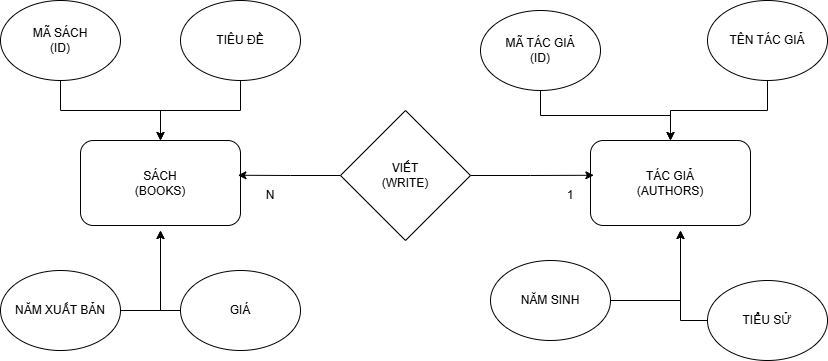
The draw.io diagram bai1.png in lehainguyen876-eng/COSODULIEU-SESSION1-VANDUNGCOBAN1, before a commit. Source tidied: cells renumbered, new cells last; positions are measured from the earlier drawing's top-left corner, leaving out a move shared by most shapes. Its diagram source:
```xml
<mxGraphModel>
  <root>
    <mxCell id="0" />
    <mxCell id="1" parent="0" />
    <mxCell id="2" value="VIẾT&lt;div&gt;(WRITE)&lt;/div&gt;" style="rhombus;whiteSpace=wrap;html=1;" parent="1" vertex="1">
      <mxGeometry x="340" y="110" width="130" height="130" as="geometry" />
    </mxCell>
    <mxCell id="3" value="SÁCH&lt;div&gt;(BOOKS)&lt;/div&gt;" style="rounded=1;whiteSpace=wrap;html=1;" parent="1" vertex="1">
      <mxGeometry x="80" y="140" width="160" height="85" as="geometry" />
    </mxCell>
    <mxCell id="4" value="TÁC GIẢ&lt;div&gt;(AUTHORS)&lt;/div&gt;" style="rounded=1;whiteSpace=wrap;html=1;" parent="1" vertex="1">
      <mxGeometry x="590" y="140" width="160" height="85" as="geometry" />
    </mxCell>
    <mxCell id="5" style="edgeStyle=orthogonalEdgeStyle;rounded=0;jettySize=auto;html=1;entryX=0.021;entryY=0.409;entryDx=0;entryDy=0;entryPerimeter=0;" parent="1" edge="1" source="2" target="4">
      <mxGeometry relative="1" as="geometry" />
    </mxCell>
    <mxCell id="6" style="edgeStyle=orthogonalEdgeStyle;rounded=0;jettySize=auto;html=1;entryX=0.984;entryY=0.409;entryDx=0;entryDy=0;entryPerimeter=0;" parent="1" edge="1" source="2" target="3">
      <mxGeometry relative="1" as="geometry" />
    </mxCell>
    <mxCell id="7" style="edgeStyle=orthogonalEdgeStyle;rounded=0;jettySize=auto;html=1;" parent="1" edge="1" source="8" target="3">
      <mxGeometry relative="1" as="geometry" />
    </mxCell>
    <mxCell id="8" value="MÃ SÁCH&lt;div&gt;(ID)&lt;/div&gt;" style="ellipse;whiteSpace=wrap;html=1;" parent="1" vertex="1">
      <mxGeometry width="120" height="80" as="geometry" />
    </mxCell>
    <mxCell id="9" style="edgeStyle=orthogonalEdgeStyle;rounded=0;jettySize=auto;html=1;entryX=0.5;entryY=0;entryDx=0;entryDy=0;" parent="1" edge="1" source="10" target="3">
      <mxGeometry relative="1" as="geometry" />
    </mxCell>
    <mxCell id="10" value="TIÊU ĐỀ" style="ellipse;whiteSpace=wrap;html=1;" parent="1" vertex="1">
      <mxGeometry x="180" width="120" height="80" as="geometry" />
    </mxCell>
    <mxCell id="11" style="edgeStyle=orthogonalEdgeStyle;rounded=0;jettySize=auto;html=1;" parent="1" edge="1" source="12">
      <mxGeometry relative="1" as="geometry">
        <mxPoint x="160" y="230" as="targetPoint" />
      </mxGeometry>
    </mxCell>
    <mxCell id="12" value="NĂM XUẤT BẢN" style="ellipse;whiteSpace=wrap;html=1;" parent="1" vertex="1">
      <mxGeometry y="270" width="120" height="80" as="geometry" />
    </mxCell>
    <mxCell id="13" style="edgeStyle=orthogonalEdgeStyle;rounded=0;jettySize=auto;html=1;" parent="1" edge="1" source="14">
      <mxGeometry relative="1" as="geometry">
        <mxPoint x="160" y="230" as="targetPoint" />
      </mxGeometry>
    </mxCell>
    <mxCell id="14" value="GIÁ" style="ellipse;whiteSpace=wrap;html=1;" parent="1" vertex="1">
      <mxGeometry x="180" y="270" width="120" height="80" as="geometry" />
    </mxCell>
    <mxCell id="15" style="edgeStyle=orthogonalEdgeStyle;rounded=0;jettySize=auto;html=1;" parent="1" edge="1" source="16" target="4">
      <mxGeometry relative="1" as="geometry" />
    </mxCell>
    <mxCell id="16" value="TÊN TÁC GIẢ" style="ellipse;whiteSpace=wrap;html=1;" parent="1" vertex="1">
      <mxGeometry x="707" width="120" height="80" as="geometry" />
    </mxCell>
    <mxCell id="17" style="edgeStyle=orthogonalEdgeStyle;rounded=0;jettySize=auto;html=1;" parent="1" edge="1" source="18">
      <mxGeometry relative="1" as="geometry">
        <mxPoint x="680" y="230" as="targetPoint" />
      </mxGeometry>
    </mxCell>
    <mxCell id="18" value="TIỂU SỬ" style="ellipse;whiteSpace=wrap;html=1;" parent="1" vertex="1">
      <mxGeometry x="707" y="280" width="120" height="80" as="geometry" />
    </mxCell>
    <mxCell id="19" style="edgeStyle=orthogonalEdgeStyle;rounded=0;jettySize=auto;html=1;" parent="1" edge="1" source="20" target="4">
      <mxGeometry relative="1" as="geometry" />
    </mxCell>
    <mxCell id="20" value="MÃ TÁC GIẢ&lt;div&gt;(ID)&lt;/div&gt;" style="ellipse;whiteSpace=wrap;html=1;" parent="1" vertex="1">
      <mxGeometry x="480" y="10" width="120" height="80" as="geometry" />
    </mxCell>
    <mxCell id="21" style="edgeStyle=orthogonalEdgeStyle;rounded=0;jettySize=auto;html=1;" parent="1" edge="1" source="22">
      <mxGeometry relative="1" as="geometry">
        <mxPoint x="680" y="230" as="targetPoint" />
      </mxGeometry>
    </mxCell>
    <mxCell id="22" value="NĂM SINH" style="ellipse;whiteSpace=wrap;html=1;" parent="1" vertex="1">
      <mxGeometry x="490" y="260" width="120" height="80" as="geometry" />
    </mxCell>
    <mxCell id="23" value="N" style="text;html=1;whiteSpace=wrap;strokeColor=none;fillColor=none;align=center;verticalAlign=middle;rounded=0;" parent="1" vertex="1">
      <mxGeometry x="240" y="180" width="60" height="30" as="geometry" />
    </mxCell>
    <mxCell id="24" value="1" style="text;html=1;whiteSpace=wrap;strokeColor=none;fillColor=none;align=center;verticalAlign=middle;rounded=0;" parent="1" vertex="1">
      <mxGeometry x="540" y="180" width="60" height="30" as="geometry" />
    </mxCell>
  </root>
</mxGraphModel>
```
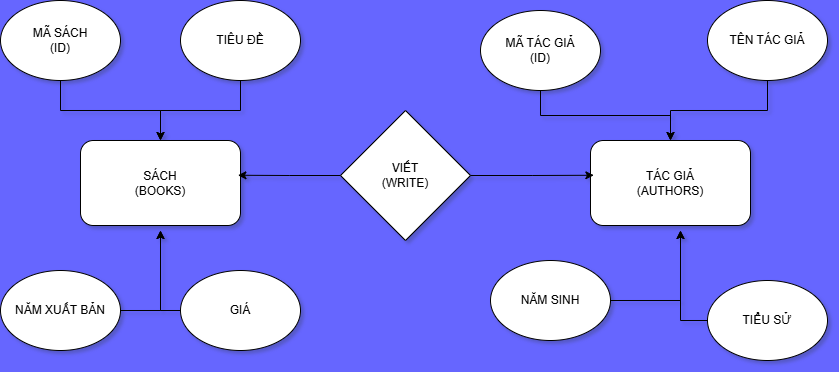
Above is the later version.

Diff of the diagram source:
```diff
@@ -1,83 +1,77 @@
-<mxGraphModel>
+<mxGraphModel background="light-dark(#6666FF,#FFFFFF)" shadow="1">
   <root>
     <mxCell id="0" />
     <mxCell id="1" parent="0" />
-    <mxCell id="2" value="VIẾT&lt;div&gt;(WRITE)&lt;/div&gt;" style="rhombus;whiteSpace=wrap;html=1;" parent="1" vertex="1">
+    <mxCell id="2" value="VIẾT&lt;div&gt;(WRITE)&lt;/div&gt;" style="rhombus;whiteSpace=wrap;html=1;strokeColor=light-dark(#000000,#000000);" parent="1" vertex="1">
       <mxGeometry x="340" y="110" width="130" height="130" as="geometry" />
     </mxCell>
-    <mxCell id="3" value="SÁCH&lt;div&gt;(BOOKS)&lt;/div&gt;" style="rounded=1;whiteSpace=wrap;html=1;" parent="1" vertex="1">
+    <mxCell id="3" value="SÁCH&lt;div&gt;(BOOKS)&lt;/div&gt;" style="rounded=1;whiteSpace=wrap;html=1;strokeColor=light-dark(#000000,#000000);" parent="1" vertex="1">
       <mxGeometry x="80" y="140" width="160" height="85" as="geometry" />
     </mxCell>
-    <mxCell id="4" value="TÁC GIẢ&lt;div&gt;(AUTHORS)&lt;/div&gt;" style="rounded=1;whiteSpace=wrap;html=1;" parent="1" vertex="1">
+    <mxCell id="4" value="TÁC GIẢ&lt;div&gt;(AUTHORS)&lt;/div&gt;" style="rounded=1;whiteSpace=wrap;html=1;strokeColor=light-dark(#000000,#000000);" parent="1" vertex="1">
       <mxGeometry x="590" y="140" width="160" height="85" as="geometry" />
     </mxCell>
-    <mxCell id="5" style="edgeStyle=orthogonalEdgeStyle;rounded=0;jettySize=auto;html=1;entryX=0.021;entryY=0.409;entryDx=0;entryDy=0;entryPerimeter=0;" parent="1" edge="1" source="2" target="4">
+    <mxCell id="5" style="edgeStyle=orthogonalEdgeStyle;rounded=0;jettySize=auto;html=1;entryX=0.021;entryY=0.409;entryDx=0;entryDy=0;entryPerimeter=0;strokeColor=light-dark(#000000,#000000);" parent="1" edge="1" source="2" target="4">
       <mxGeometry relative="1" as="geometry" />
     </mxCell>
-    <mxCell id="6" style="edgeStyle=orthogonalEdgeStyle;rounded=0;jettySize=auto;html=1;entryX=0.984;entryY=0.409;entryDx=0;entryDy=0;entryPerimeter=0;" parent="1" edge="1" source="2" target="3">
+    <mxCell id="6" style="edgeStyle=orthogonalEdgeStyle;rounded=0;jettySize=auto;html=1;entryX=0.984;entryY=0.409;entryDx=0;entryDy=0;entryPerimeter=0;strokeColor=light-dark(#000000,#000000);" parent="1" edge="1" source="2" target="3">
       <mxGeometry relative="1" as="geometry" />
     </mxCell>
-    <mxCell id="7" style="edgeStyle=orthogonalEdgeStyle;rounded=0;jettySize=auto;html=1;" parent="1" edge="1" source="8" target="3">
+    <mxCell id="7" style="edgeStyle=orthogonalEdgeStyle;rounded=0;jettySize=auto;html=1;strokeColor=light-dark(#000000,#000000);" parent="1" edge="1" source="8" target="3">
       <mxGeometry relative="1" as="geometry" />
     </mxCell>
-    <mxCell id="8" value="MÃ SÁCH&lt;div&gt;(ID)&lt;/div&gt;" style="ellipse;whiteSpace=wrap;html=1;" parent="1" vertex="1">
+    <mxCell id="8" value="MÃ SÁCH&lt;div&gt;(ID)&lt;/div&gt;" style="ellipse;whiteSpace=wrap;html=1;strokeColor=light-dark(#000000,#000000);" parent="1" vertex="1">
       <mxGeometry width="120" height="80" as="geometry" />
     </mxCell>
-    <mxCell id="9" style="edgeStyle=orthogonalEdgeStyle;rounded=0;jettySize=auto;html=1;entryX=0.5;entryY=0;entryDx=0;entryDy=0;" parent="1" edge="1" source="10" target="3">
+    <mxCell id="9" style="edgeStyle=orthogonalEdgeStyle;rounded=0;jettySize=auto;html=1;entryX=0.5;entryY=0;entryDx=0;entryDy=0;strokeColor=light-dark(#000000,#000000);" parent="1" edge="1" source="10" target="3">
       <mxGeometry relative="1" as="geometry" />
     </mxCell>
-    <mxCell id="10" value="TIÊU ĐỀ" style="ellipse;whiteSpace=wrap;html=1;" parent="1" vertex="1">
+    <mxCell id="10" value="TIÊU ĐỀ" style="ellipse;whiteSpace=wrap;html=1;strokeColor=light-dark(#000000,#000000);" parent="1" vertex="1">
       <mxGeometry x="180" width="120" height="80" as="geometry" />
     </mxCell>
-    <mxCell id="11" style="edgeStyle=orthogonalEdgeStyle;rounded=0;jettySize=auto;html=1;" parent="1" edge="1" source="12">
+    <mxCell id="11" style="edgeStyle=orthogonalEdgeStyle;rounded=0;jettySize=auto;html=1;strokeColor=light-dark(#000000,#000000);" parent="1" edge="1" source="12">
       <mxGeometry relative="1" as="geometry">
         <mxPoint x="160" y="230" as="targetPoint" />
       </mxGeometry>
     </mxCell>
-    <mxCell id="12" value="NĂM XUẤT BẢN" style="ellipse;whiteSpace=wrap;html=1;" parent="1" vertex="1">
+    <mxCell id="12" value="NĂM XUẤT BẢN" style="ellipse;whiteSpace=wrap;html=1;strokeColor=light-dark(#000000,#000000);" parent="1" vertex="1">
       <mxGeometry y="270" width="120" height="80" as="geometry" />
     </mxCell>
-    <mxCell id="13" style="edgeStyle=orthogonalEdgeStyle;rounded=0;jettySize=auto;html=1;" parent="1" edge="1" source="14">
+    <mxCell id="13" style="edgeStyle=orthogonalEdgeStyle;rounded=0;jettySize=auto;html=1;strokeColor=light-dark(#000000,#000000);" parent="1" edge="1" source="14">
       <mxGeometry relative="1" as="geometry">
         <mxPoint x="160" y="230" as="targetPoint" />
       </mxGeometry>
     </mxCell>
-    <mxCell id="14" value="GIÁ" style="ellipse;whiteSpace=wrap;html=1;" parent="1" vertex="1">
+    <mxCell id="14" value="GIÁ" style="ellipse;whiteSpace=wrap;html=1;strokeColor=light-dark(#000000,#000000);" parent="1" vertex="1">
       <mxGeometry x="180" y="270" width="120" height="80" as="geometry" />
     </mxCell>
-    <mxCell id="15" style="edgeStyle=orthogonalEdgeStyle;rounded=0;jettySize=auto;html=1;" parent="1" edge="1" source="16" target="4">
+    <mxCell id="15" style="edgeStyle=orthogonalEdgeStyle;rounded=0;jettySize=auto;html=1;strokeColor=light-dark(#000000,#000000);" parent="1" edge="1" source="16" target="4">
       <mxGeometry relative="1" as="geometry" />
     </mxCell>
-    <mxCell id="16" value="TÊN TÁC GIẢ" style="ellipse;whiteSpace=wrap;html=1;" parent="1" vertex="1">
+    <mxCell id="16" value="TÊN TÁC GIẢ" style="ellipse;whiteSpace=wrap;html=1;strokeColor=light-dark(#000000,#000000);" parent="1" vertex="1">
       <mxGeometry x="707" width="120" height="80" as="geometry" />
     </mxCell>
-    <mxCell id="17" style="edgeStyle=orthogonalEdgeStyle;rounded=0;jettySize=auto;html=1;" parent="1" edge="1" source="18">
+    <mxCell id="17" style="edgeStyle=orthogonalEdgeStyle;rounded=0;jettySize=auto;html=1;strokeColor=light-dark(#000000,#000000);" parent="1" edge="1" source="18">
       <mxGeometry relative="1" as="geometry">
         <mxPoint x="680" y="230" as="targetPoint" />
       </mxGeometry>
     </mxCell>
-    <mxCell id="18" value="TIỂU SỬ" style="ellipse;whiteSpace=wrap;html=1;" parent="1" vertex="1">
+    <mxCell id="18" value="TIỂU SỬ" style="ellipse;whiteSpace=wrap;html=1;strokeColor=light-dark(#000000,#000000);" parent="1" vertex="1">
       <mxGeometry x="707" y="280" width="120" height="80" as="geometry" />
     </mxCell>
-    <mxCell id="19" style="edgeStyle=orthogonalEdgeStyle;rounded=0;jettySize=auto;html=1;" parent="1" edge="1" source="20" target="4">
+    <mxCell id="19" style="edgeStyle=orthogonalEdgeStyle;rounded=0;jettySize=auto;html=1;strokeColor=light-dark(#000000,#000000);" parent="1" edge="1" source="20" target="4">
       <mxGeometry relative="1" as="geometry" />
     </mxCell>
-    <mxCell id="20" value="MÃ TÁC GIẢ&lt;div&gt;(ID)&lt;/div&gt;" style="ellipse;whiteSpace=wrap;html=1;" parent="1" vertex="1">
+    <mxCell id="20" value="MÃ TÁC GIẢ&lt;div&gt;(ID)&lt;/div&gt;" style="ellipse;whiteSpace=wrap;html=1;strokeColor=light-dark(#000000,#000000);" parent="1" vertex="1">
       <mxGeometry x="480" y="10" width="120" height="80" as="geometry" />
     </mxCell>
-    <mxCell id="21" style="edgeStyle=orthogonalEdgeStyle;rounded=0;jettySize=auto;html=1;" parent="1" edge="1" source="22">
+    <mxCell id="21" style="edgeStyle=orthogonalEdgeStyle;rounded=0;jettySize=auto;html=1;strokeColor=light-dark(#000000,#000000);" parent="1" edge="1" source="22">
       <mxGeometry relative="1" as="geometry">
         <mxPoint x="680" y="230" as="targetPoint" />
       </mxGeometry>
     </mxCell>
-    <mxCell id="22" value="NĂM SINH" style="ellipse;whiteSpace=wrap;html=1;" parent="1" vertex="1">
+    <mxCell id="22" value="NĂM SINH" style="ellipse;whiteSpace=wrap;html=1;strokeColor=light-dark(#000000,#000000);" parent="1" vertex="1">
       <mxGeometry x="490" y="260" width="120" height="80" as="geometry" />
     </mxCell>
-    <mxCell id="23" value="N" style="text;html=1;whiteSpace=wrap;strokeColor=none;fillColor=none;align=center;verticalAlign=middle;rounded=0;" parent="1" vertex="1">
-      <mxGeometry x="240" y="180" width="60" height="30" as="geometry" />
-    </mxCell>
-    <mxCell id="24" value="1" style="text;html=1;whiteSpace=wrap;strokeColor=none;fillColor=none;align=center;verticalAlign=middle;rounded=0;" parent="1" vertex="1">
-      <mxGeometry x="540" y="180" width="60" height="30" as="geometry" />
-    </mxCell>
   </root>
 </mxGraphModel>
```
